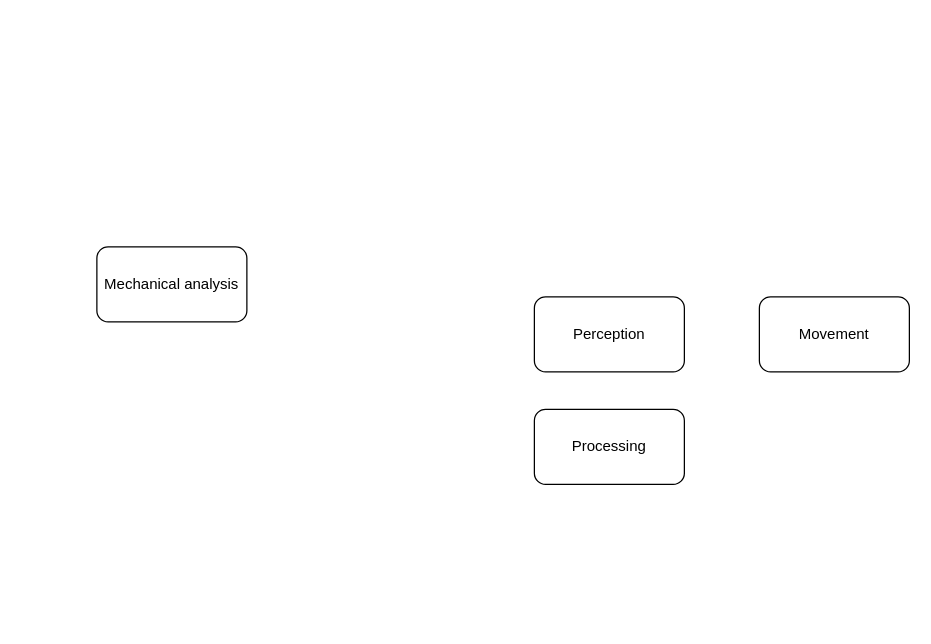
PumpKPie/quadruped-development keeps this draw.io diagram as Concept.drawio. Above is the earlier version. Source tidied: cells renumbered, new cells numbered last; positions are measured from the earlier drawing's top-left corner, leaving out a move shared by most shapes. Both pictures are drawn from the tidied source at 125%, with x=0, y=0 at pixel (96, 246).
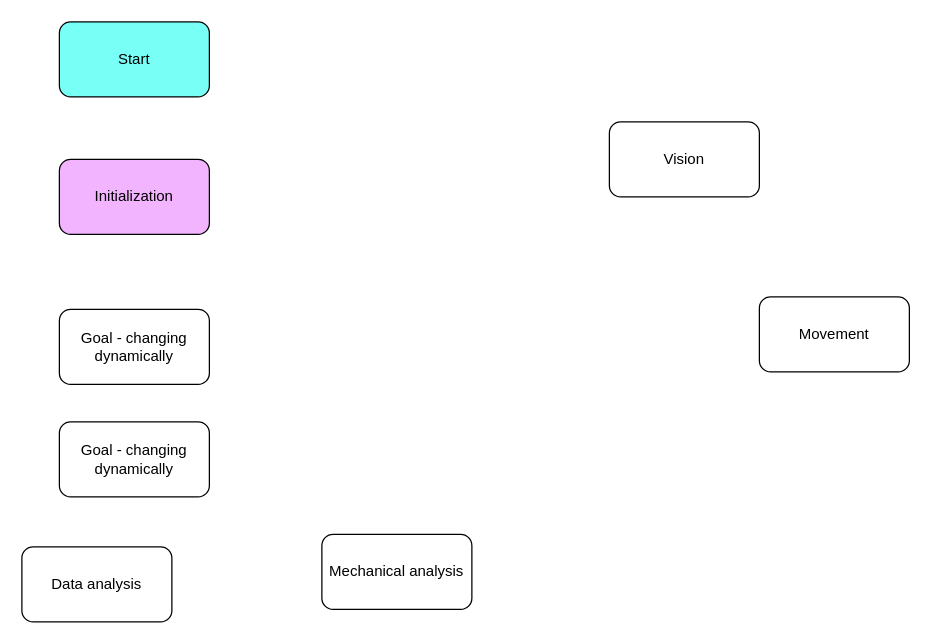
After the change.

Diff of the diagram source:
```diff
@@
 <mxGraphModel>
   <root>
     <mxCell id="0" />
     <mxCell id="1" parent="0" />
-    <mxCell id="2" value="Perception" style="rounded=1;whiteSpace=wrap;html=1;" parent="1" vertex="1">
-      <mxGeometry x="350" y="40" width="120" height="60" as="geometry" />
+    <mxCell id="2" value="Vision" style="rounded=1;whiteSpace=wrap;html=1;" parent="1" vertex="1">
+      <mxGeometry x="410" y="-100" width="120" height="60" as="geometry" />
     </mxCell>
     <mxCell id="3" value="Movement" style="rounded=1;whiteSpace=wrap;html=1;" parent="1" vertex="1">
       <mxGeometry x="530" y="40" width="120" height="60" as="geometry" />
     </mxCell>
-    <mxCell id="4" value="Processing" style="rounded=1;whiteSpace=wrap;html=1;" parent="1" vertex="1">
-      <mxGeometry x="350" y="130" width="120" height="60" as="geometry" />
+    <mxCell id="4" value="Data analysis" style="rounded=1;whiteSpace=wrap;html=1;" parent="1" vertex="1">
+      <mxGeometry x="-60" y="240" width="120" height="60" as="geometry" />
     </mxCell>
     <mxCell id="5" value="Mechanical analysis" style="rounded=1;whiteSpace=wrap;html=1;" parent="1" vertex="1">
-      <mxGeometry width="120" height="60" as="geometry" />
+      <mxGeometry x="180" y="230" width="120" height="60" as="geometry" />
     </mxCell>
+    <mxCell id="6" value="Start" style="rounded=1;whiteSpace=wrap;html=1;fillColor=#78FFF6;" parent="1" vertex="1">
+      <mxGeometry x="-30" y="-180" width="120" height="60" as="geometry" />
+    </mxCell>
+    <mxCell id="7" value="Initialization" style="rounded=1;whiteSpace=wrap;html=1;fillColor=#F2B3FF;" parent="1" vertex="1">
+      <mxGeometry x="-30" y="-70" width="120" height="60" as="geometry" />
+    </mxCell>
+    <mxCell id="8" value="Goal - changing dynamically" style="rounded=1;whiteSpace=wrap;html=1;" parent="1" vertex="1">
+      <mxGeometry x="-30" y="50" width="120" height="60" as="geometry" />
+    </mxCell>
+    <mxCell id="9" value="Goal - changing dynamically" style="rounded=1;whiteSpace=wrap;html=1;" parent="1" vertex="1">
+      <mxGeometry x="-30" y="140" width="120" height="60" as="geometry" />
+    </mxCell>
   </root>
 </mxGraphModel>
```
